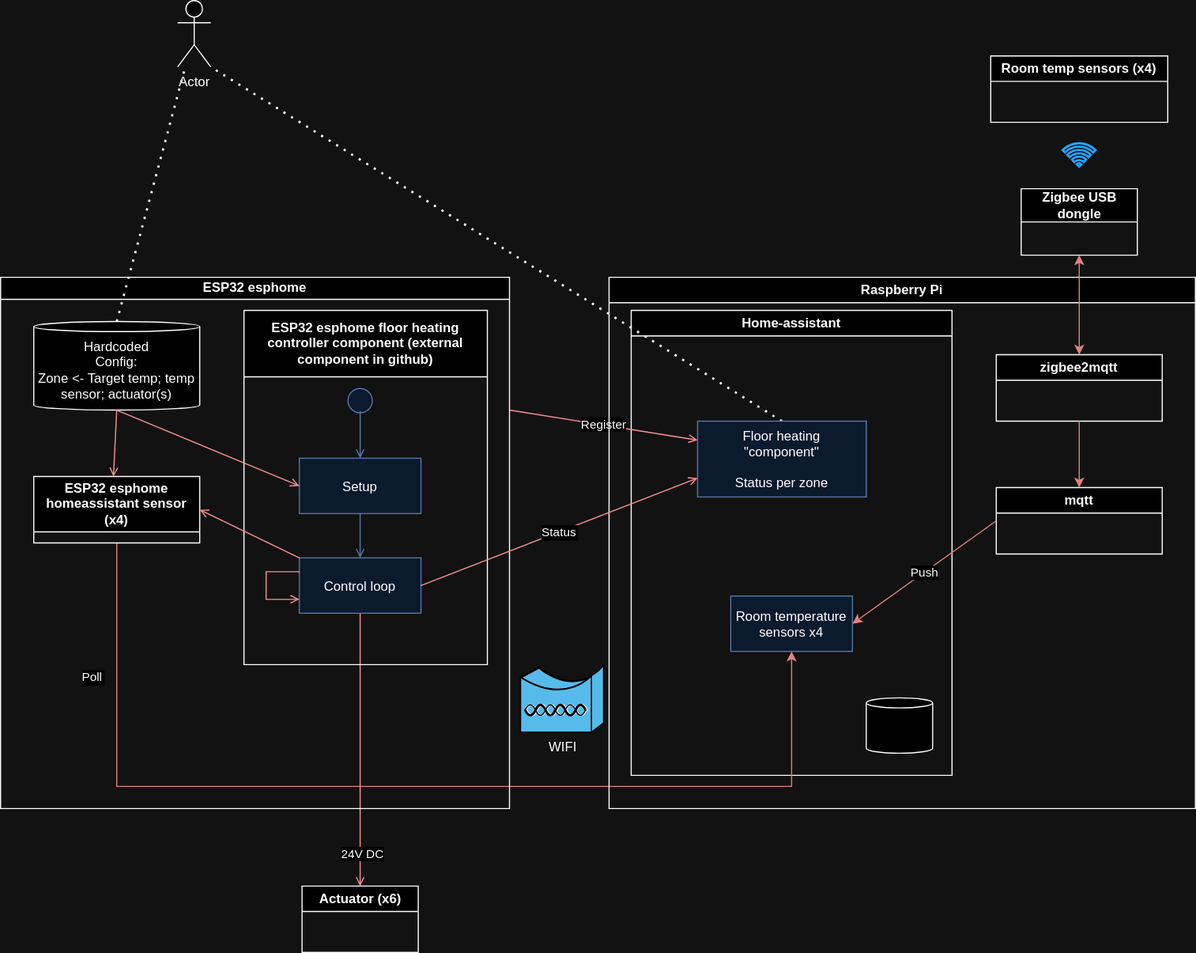
Before: home-heating-system.drawio.svg, a diagram exported from draw.io (tneish/home-heating-system). Source tidied: cells renumbered, new cells last; positions are measured from the earlier drawing's top-left corner, leaving out a move shared by most shapes.
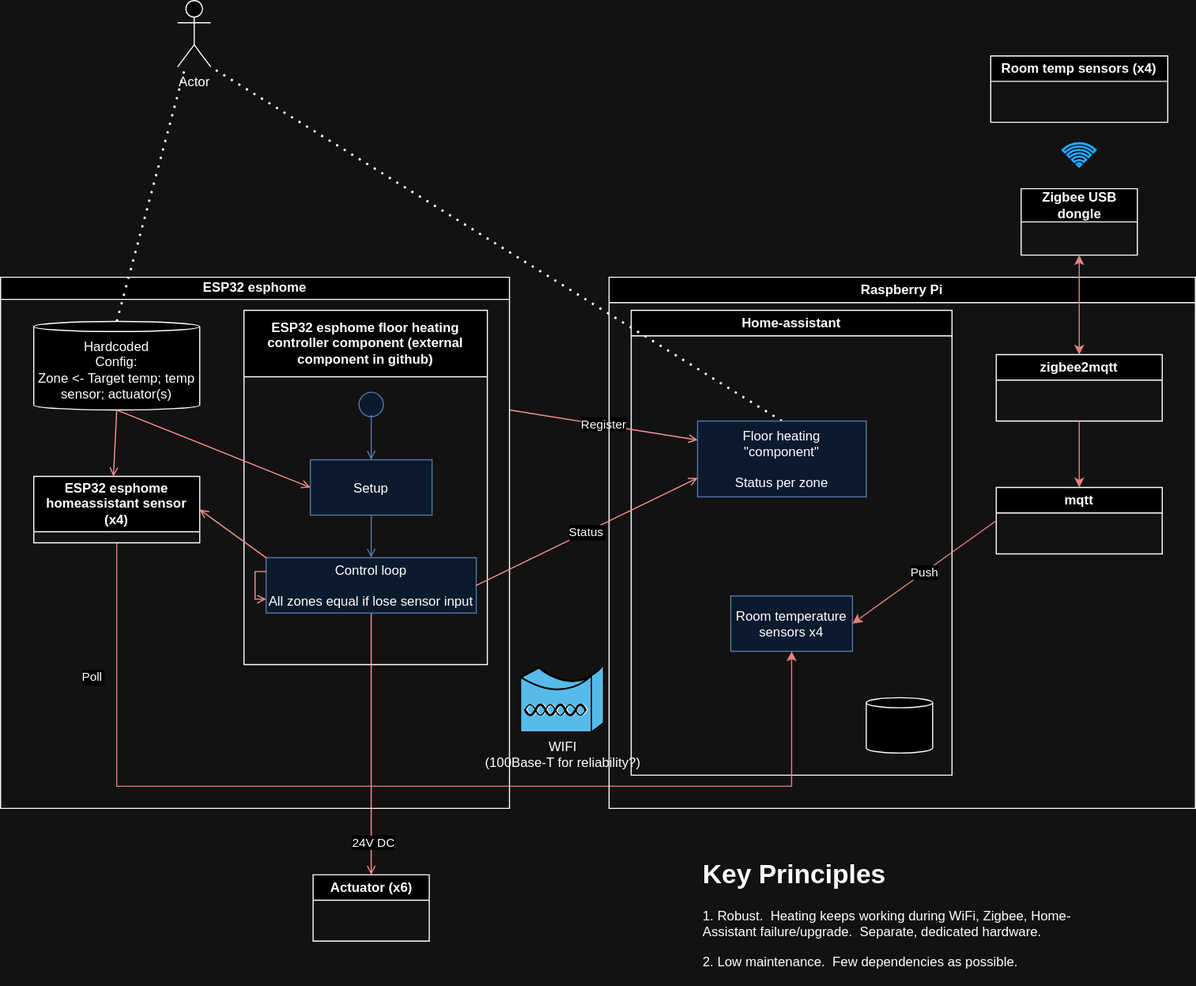
After the change.

Diff of the diagram source:
```diff
@@ -38,16 +38,16 @@
       <mxGeometry x="220" y="30" width="220" height="320" as="geometry" />
     </mxCell>
     <mxCell id="12" style="ellipse;shape=startState;fillColor=#dae8fc;strokeColor=#6c8ebf;" parent="11" vertex="1">
-      <mxGeometry x="90" y="66.5" width="30" height="30" as="geometry" />
+      <mxGeometry x="100" y="70" width="30" height="30" as="geometry" />
     </mxCell>
     <mxCell id="13" value="Setup" style="fillColor=#dae8fc;strokeColor=#6c8ebf;" parent="11" vertex="1">
-      <mxGeometry x="50" y="133.5" width="110" height="50" as="geometry" />
+      <mxGeometry x="60" y="135" width="110" height="50" as="geometry" />
     </mxCell>
     <mxCell id="14" style="endArrow=open;strokeColor=#6c8ebf;endFill=1;rounded=0;exitX=0.501;exitY=0.815;exitDx=0;exitDy=0;exitPerimeter=0;fillColor=#dae8fc;" parent="11" edge="1" source="12" target="13">
       <mxGeometry relative="1" as="geometry" />
     </mxCell>
-    <mxCell id="15" value="Control loop" style="fillColor=#dae8fc;strokeColor=#6c8ebf;" parent="11" vertex="1">
-      <mxGeometry x="50" y="223.5" width="110" height="50" as="geometry" />
+    <mxCell id="15" value="Control loop&#10;&#10;All zones equal if lose sensor input" style="fillColor=#dae8fc;strokeColor=#6c8ebf;" parent="11" vertex="1">
+      <mxGeometry x="20" y="223.5" width="190" height="50" as="geometry" />
     </mxCell>
     <mxCell id="16" style="endArrow=open;strokeColor=#6c8ebf;endFill=1;rounded=0;fillColor=#dae8fc;" parent="11" edge="1" source="13" target="15">
       <mxGeometry relative="1" as="geometry" />
@@ -55,7 +55,7 @@
     <mxCell id="17" style="edgeStyle=elbowEdgeStyle;elbow=horizontal;strokeColor=#FF0000;endArrow=open;endFill=1;rounded=0;entryX=0;entryY=0.75;entryDx=0;entryDy=0;exitX=0;exitY=0.25;exitDx=0;exitDy=0;" parent="11" edge="1" source="15" target="15">
       <mxGeometry relative="1" as="geometry">
         <Array as="points">
-          <mxPoint x="20" y="273.5" />
+          <mxPoint x="10" y="249" />
           <mxPoint x="40" y="263.5" />
         </Array>
       </mxGeometry>
@@ -103,7 +103,7 @@
       <mxGeometry relative="1" as="geometry" />
     </mxCell>
     <mxCell id="32" value="Actuator (x6)" style="swimlane;whiteSpace=wrap;html=1;" parent="1" vertex="1">
-      <mxGeometry x="272.5" y="800" width="105" height="60" as="geometry" />
+      <mxGeometry x="282.5" y="790" width="105" height="60" as="geometry" />
     </mxCell>
     <mxCell id="33" value="Zigbee USB dongle" style="swimlane;whiteSpace=wrap;html=1;startSize=30;" parent="1" vertex="1">
       <mxGeometry x="922.5" y="170" width="105" height="60" as="geometry" />
@@ -111,7 +111,7 @@
     <mxCell id="34" style="endArrow=classic;html=1;rounded=0;exitX=0.5;exitY=1;exitDx=0;exitDy=0;entryX=0.5;entryY=0;entryDx=0;entryDy=0;fillColor=#f8cecc;strokeColor=#b85450;startArrow=classic;startFill=1;" parent="1" edge="1" source="33" target="27">
       <mxGeometry relative="1" as="geometry" />
     </mxCell>
-    <mxCell id="35" value="WIFI" style="shape=mxgraph.cisco.wireless.wireless_bridge;html=1;dashed=0;fillColor=#036897;strokeColor=#ffffff;strokeWidth=2;verticalLabelPosition=bottom;verticalAlign=top;align=center;shadow=0;gradientColor=none;" parent="1" vertex="1">
+    <mxCell id="35" value="WIFI&lt;br&gt;(100Base-T for reliability?)" style="shape=mxgraph.cisco.wireless.wireless_bridge;html=1;dashed=0;fillColor=#036897;strokeColor=#ffffff;strokeWidth=2;verticalLabelPosition=bottom;verticalAlign=top;align=center;shadow=0;gradientColor=none;" parent="1" vertex="1">
       <mxGeometry x="470" y="600" width="75" height="61" as="geometry" />
     </mxCell>
     <mxCell id="36" value="Status" style="endArrow=open;strokeColor=#FF0000;endFill=1;rounded=0;exitX=1;exitY=0.5;exitDx=0;exitDy=0;entryX=0;entryY=0.75;entryDx=0;entryDy=0;" parent="1" edge="1" source="15" target="29">
@@ -123,5 +123,8 @@
     <mxCell id="38" style="html=1;verticalLabelPosition=bottom;align=center;labelBackgroundColor=#ffffff;verticalAlign=top;strokeWidth=2;strokeColor=#0080F0;shadow=0;dashed=0;shape=mxgraph.ios7.icons.wifi;" parent="1" vertex="1">
       <mxGeometry x="960" y="129" width="29.7" height="21" as="geometry" />
     </mxCell>
+    <mxCell id="39" value="&lt;h1&gt;Key Principles&lt;/h1&gt;&lt;p&gt;1. Robust.&amp;nbsp; Heating keeps working during WiFi, Zigbee, Home-Assistant failure/upgrade.&amp;nbsp; Separate, dedicated hardware.&lt;/p&gt;&lt;p&gt;2. Low maintenance.&amp;nbsp; Few dependencies as possible.&amp;nbsp;&amp;nbsp;&lt;/p&gt;" style="text;html=1;strokeColor=none;fillColor=none;spacing=5;spacingTop=-20;whiteSpace=wrap;overflow=hidden;rounded=0;" parent="1" vertex="1">
+      <mxGeometry x="630" y="770" width="380" height="120" as="geometry" />
+    </mxCell>
   </root>
 </mxGraphModel>
```
